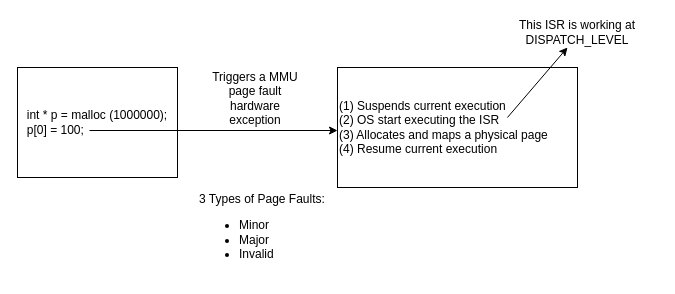
Above: PageFault.drawio in morningkyle/githubfiles (draw.io), before the change. Source tidied: cells renumbered, new cells numbered last; positions are measured from the earlier drawing's top-left corner, leaving out a move shared by most shapes. Both pictures are drawn from the tidied source at 100%, with x=0, y=0 at pixel (17, 17).
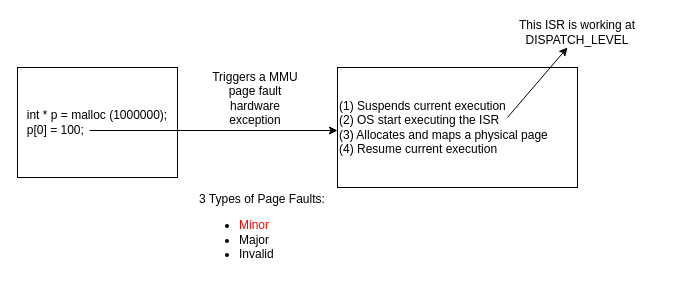
After the change.

Change to the diagram source:
```diff
@@
 <mxGraphModel>
   <root>
     <mxCell id="0" />
     <mxCell id="1" parent="0" />
     <mxCell id="2" value="int * p = malloc (1000000);&lt;br&gt;p[0] = 100;&amp;nbsp; &amp;nbsp; &amp;nbsp; &amp;nbsp; &amp;nbsp; &amp;nbsp; &amp;nbsp; &amp;nbsp; &amp;nbsp; &amp;nbsp; &amp;nbsp; &amp;nbsp; &amp;nbsp;" style="text;strokeColor=default;align=center;fillColor=none;html=1;verticalAlign=middle;whiteSpace=wrap;rounded=0;" parent="1" vertex="1">
       <mxGeometry y="50" width="160" height="110" as="geometry" />
     </mxCell>
     <mxCell id="3" style="endArrow=classic;html=1;rounded=0;" parent="1" edge="1">
       <mxGeometry relative="1" as="geometry">
         <mxPoint x="72" y="113" as="sourcePoint" />
         <mxPoint x="320" y="113" as="targetPoint" />
       </mxGeometry>
     </mxCell>
     <mxCell id="4" style="edgeStyle=orthogonalEdgeStyle;rounded=0;orthogonalLoop=1;jettySize=auto;html=1;exitX=0.5;exitY=1;exitDx=0;exitDy=0;" parent="1" edge="1" source="2" target="2">
       <mxGeometry relative="1" as="geometry" />
     </mxCell>
     <mxCell id="5" value="Triggers a MMU page fault hardware exception" style="text;strokeColor=none;align=center;fillColor=none;html=1;verticalAlign=middle;whiteSpace=wrap;rounded=0;" parent="1" vertex="1">
       <mxGeometry x="188" y="36" width="100" height="90" as="geometry" />
     </mxCell>
     <mxCell id="6" value="(1) Suspends current execution&lt;br&gt;(2) OS start executing the ISR&lt;br&gt;(3) Allocates and maps a physical page&lt;br&gt;(4) Resume current execution" style="whiteSpace=wrap;html=1;align=left;" parent="1" vertex="1">
       <mxGeometry x="320" y="50" width="240" height="120" as="geometry" />
     </mxCell>
     <mxCell id="7" style="endArrow=classic;html=1;rounded=0;exitX=0.708;exitY=0.417;exitDx=0;exitDy=0;exitPerimeter=0;" parent="1" edge="1" source="6">
       <mxGeometry relative="1" as="geometry">
         <mxPoint x="550" y="30" as="targetPoint" />
       </mxGeometry>
     </mxCell>
     <mxCell id="8" value="This ISR is working at DISPATCH_LEVEL" style="text;strokeColor=none;align=center;fillColor=none;html=1;verticalAlign=middle;whiteSpace=wrap;rounded=0;" parent="1" vertex="1">
       <mxGeometry x="480" width="160" height="30" as="geometry" />
     </mxCell>
-    <mxCell id="9" value="3 Types of Page Faults:&lt;br&gt;&lt;ul&gt;&lt;li&gt;&lt;span style=&quot;background-color: initial;&quot;&gt;Minor&lt;/span&gt;&lt;/li&gt;&lt;li style=&quot;&quot;&gt;Major&lt;/li&gt;&lt;li style=&quot;&quot;&gt;Invalid&lt;/li&gt;&lt;/ul&gt;" style="text;strokeColor=none;align=left;fillColor=none;html=1;verticalAlign=middle;whiteSpace=wrap;rounded=0;" parent="1" vertex="1">
+    <mxCell id="9" value="3 Types of Page Faults:&lt;br&gt;&lt;ul&gt;&lt;li&gt;&lt;span style=&quot;background-color: initial;&quot;&gt;&lt;font color=&quot;#ff0000&quot;&gt;Minor&lt;/font&gt;&lt;/span&gt;&lt;/li&gt;&lt;li style=&quot;&quot;&gt;Major&lt;/li&gt;&lt;li style=&quot;&quot;&gt;Invalid&lt;/li&gt;&lt;/ul&gt;" style="text;strokeColor=none;align=left;fillColor=none;html=1;verticalAlign=middle;whiteSpace=wrap;rounded=0;" parent="1" vertex="1">
       <mxGeometry x="180" y="170" width="140" height="90" as="geometry" />
     </mxCell>
   </root>
 </mxGraphModel>
```
